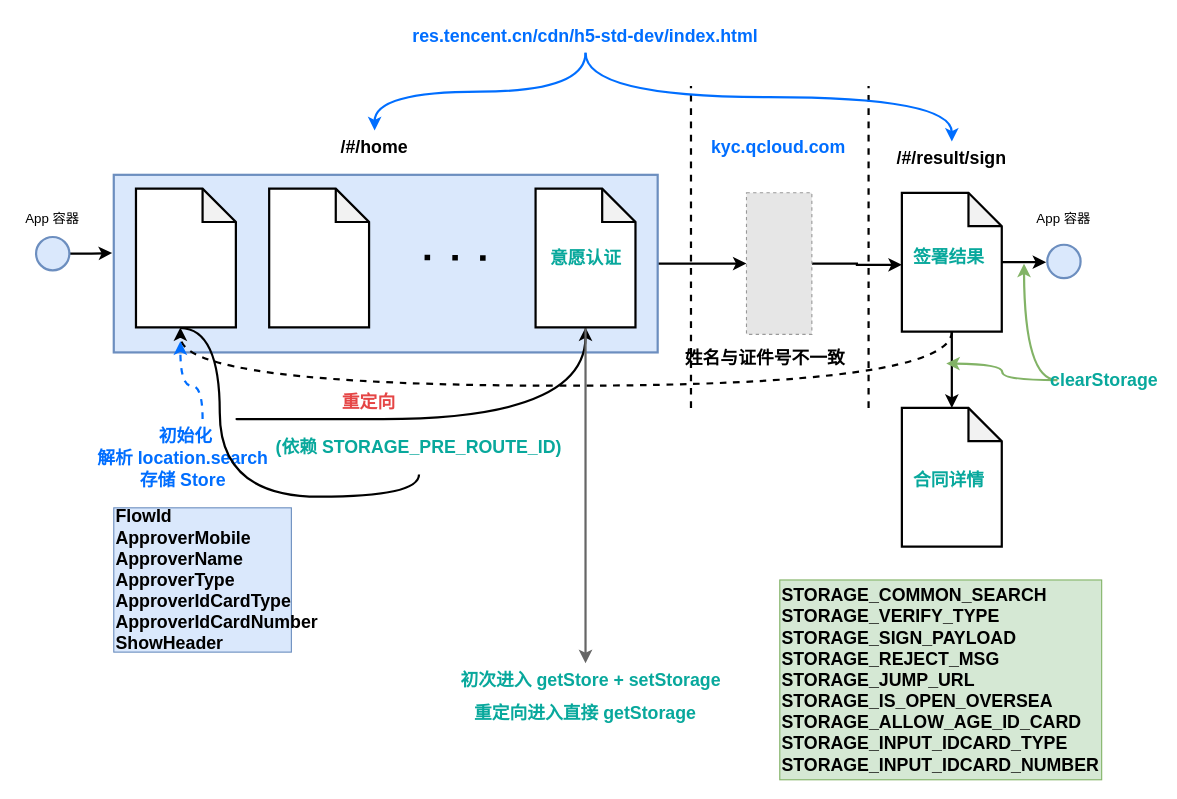
This is 14.drawio from ShawnTu/git-tutorial, a draw.io file, before an edit. Source tidied: cells renumbered, new cells numbered last; positions are measured from the earlier drawing's top-left corner, leaving out a move shared by most shapes. Both pictures are drawn from the tidied source at 111%, with x=0, y=0 at pixel (19, 19). Pictures stored in the file or linked from it are replaced by grey dashed boxes.
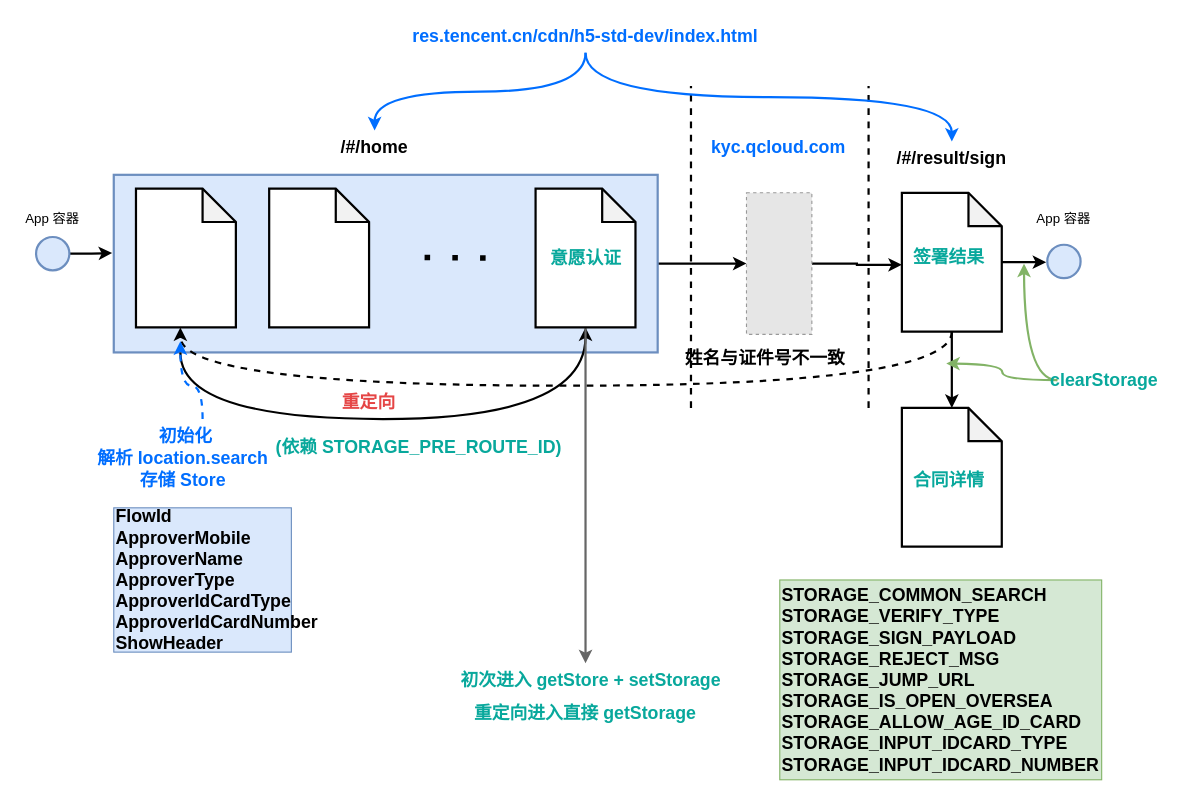
The same page after the edit.

The change refers to these unchanged cells:
```xml
<mxCell id="3" style="rounded=0;whiteSpace=wrap;html=1;fontSize=16;fillColor=#dae8fc;strokeColor=#6c8ebf;strokeWidth=2;" parent="1" vertex="1">
  <mxGeometry x="85" y="140" width="490" height="160" as="geometry" />
</mxCell>
<mxCell id="12" style="shape=note;whiteSpace=wrap;html=1;backgroundOutline=1;darkOpacity=0.05;strokeWidth=2;" parent="1" vertex="1">
  <mxGeometry x="465" y="152.5" width="90" height="125" as="geometry" />
</mxCell>
<mxCell id="42" value="&lt;span style=&quot;font-size: 16px;&quot;&gt;&lt;b style=&quot;&quot;&gt;&lt;font color=&quot;#08a89c&quot;&gt;(依赖 STORAGE_PRE_ROUTE_ID)&lt;/font&gt;&lt;/b&gt;&lt;/span&gt;" style="text;html=1;strokeColor=none;fillColor=none;align=center;verticalAlign=middle;whiteSpace=wrap;rounded=0;" parent="1" vertex="1">
  <mxGeometry x="215" y="360" width="290" height="50" as="geometry" />
</mxCell>
```

What changed in the source:
```diff
@@
-    <mxCell id="7" style="edgeStyle=orthogonalEdgeStyle;curved=1;rounded=0;jettySize=auto;html=1;entryX=0.5;entryY=1;entryDx=0;entryDy=0;entryPerimeter=0;strokeWidth=2;fontSize=16;fontColor=#000000;fillColor=#f8cecc;strokeColor=#000000;startArrow=none;" parent="1" edge="1" source="42" target="12">
+    <mxCell id="7" style="edgeStyle=orthogonalEdgeStyle;curved=1;rounded=0;jettySize=auto;html=1;entryX=0.5;entryY=1;entryDx=0;entryDy=0;entryPerimeter=0;strokeWidth=2;fontSize=16;fontColor=#000000;fillColor=#f8cecc;strokeColor=#000000;startArrow=none;" parent="1" edge="1" source="3" target="12">
       <mxGeometry relative="1" as="geometry">
         <Array as="points">
           <mxPoint x="145" y="360" />
           <mxPoint x="510" y="360" />
         </Array>
       </mxGeometry>
     </mxCell>
@@
-    <mxCell id="41" style="edgeStyle=orthogonalEdgeStyle;curved=1;rounded=0;jettySize=auto;html=1;entryX=0.5;entryY=1;entryDx=0;entryDy=0;entryPerimeter=0;strokeWidth=2;fontSize=16;fontColor=#000000;fillColor=#f8cecc;strokeColor=#000000;endArrow=none;" parent="1" edge="1" target="42">
-      <mxGeometry relative="1" as="geometry">
-        <mxPoint x="145" y="278" as="sourcePoint" />
-      </mxGeometry>
-    </mxCell>
```
